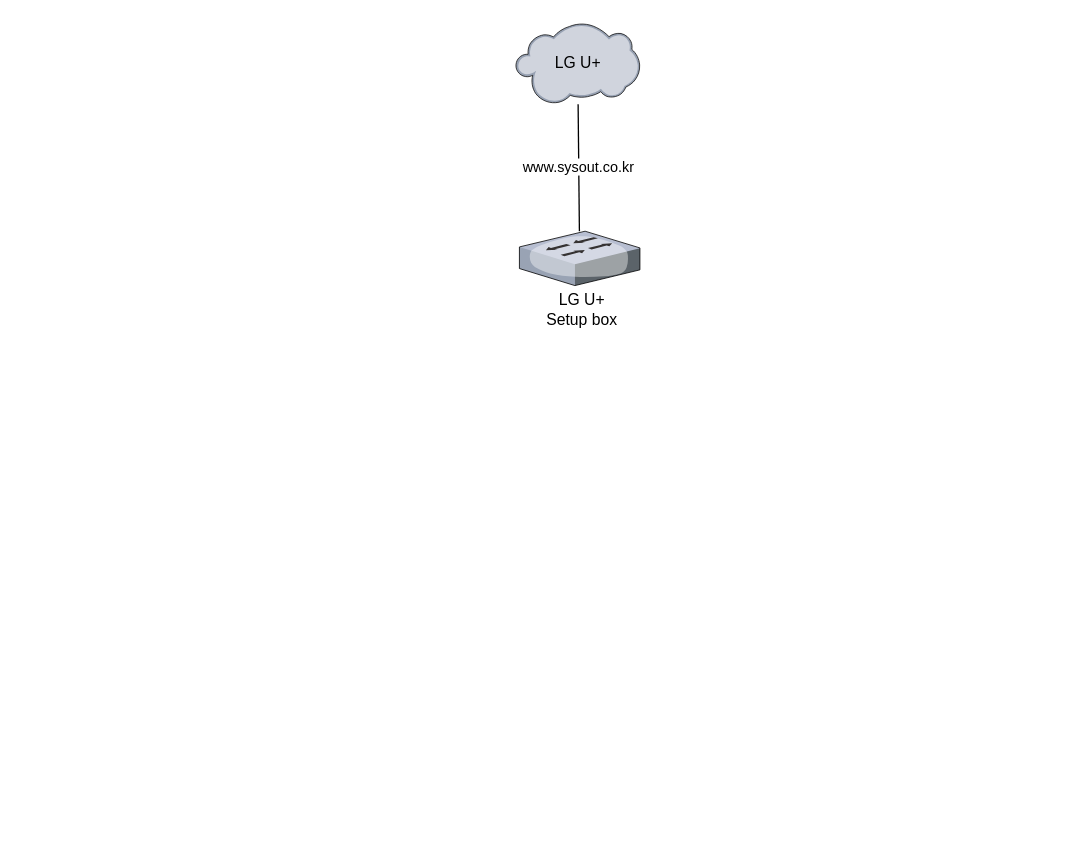
Before: server-architecture.drawio in hiphop5782/hiphop5782, a draw.io diagram. Source tidied: cells renumbered, new cells numbered last; positions are measured from the earlier drawing's top-left corner, leaving out a move shared by most shapes. Both pictures are drawn from the tidied source at 131%, with x=0, y=0 at pixel (515, 22).
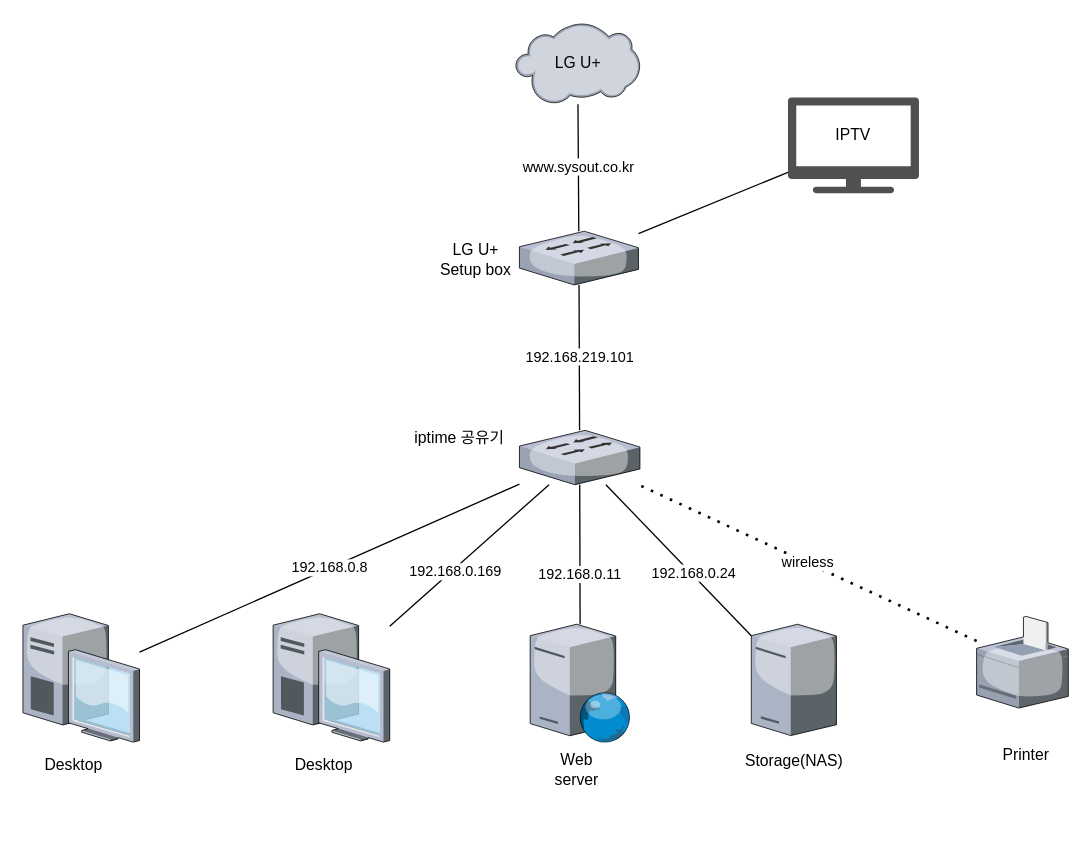
Above is the later version.

Change to the diagram source:
```diff
@@
-    <mxCell id="3" style="group;" parent="1" vertex="1">
-      <mxGeometry x="3" y="159" width="92" height="74.5" as="geometry" />
-    </mxCell>
-    <mxCell id="4" value="LG U+ Setup box" style="text;html=1;strokeColor=none;fillColor=none;align=center;verticalAlign=middle;whiteSpace=wrap;rounded=0;" parent="3" vertex="1">
-      <mxGeometry x="18" y="44.5" width="60" height="30" as="geometry" />
-    </mxCell>
-    <mxCell id="5" style="verticalLabelPosition=bottom;sketch=0;html=1;verticalAlign=top;strokeColor=none;align=center;outlineConnect=0;shape=mxgraph.citrix.switch;" parent="3" vertex="1">
-      <mxGeometry width="92" height="41.5" as="geometry" />
-    </mxCell>
@@
+    <mxCell id="9" value="192.168.219.101" style="endArrow=none;html=1;rounded=0;" parent="1" edge="1" source="27" target="5">
+      <mxGeometry relative="1" as="geometry" />
+    </mxCell>
+    <mxCell id="10" style="group;" parent="1" vertex="1">
+      <mxGeometry x="208" y="57" width="100" height="73" as="geometry" />
+    </mxCell>
+    <mxCell id="11" style="sketch=0;shadow=0;dashed=0;html=1;strokeColor=none;fillColor=#505050;labelPosition=center;verticalLabelPosition=bottom;verticalAlign=top;outlineConnect=0;align=center;shape=mxgraph.office.devices.tv;" parent="10" vertex="1">
+      <mxGeometry width="100" height="73" as="geometry" />
+    </mxCell>
+    <mxCell id="12" value="IPTV" style="text;html=1;strokeColor=none;fillColor=none;align=center;verticalAlign=middle;whiteSpace=wrap;rounded=0;" parent="10" vertex="1">
+      <mxGeometry x="20" y="14" width="60" height="30" as="geometry" />
+    </mxCell>
+    <mxCell id="13" style="endArrow=none;html=1;rounded=0;" parent="1" edge="1" source="5" target="11">
+      <mxGeometry relative="1" as="geometry" />
+    </mxCell>
+    <mxCell id="14" value="192.168.0.11" style="endArrow=none;html=1;rounded=0;" parent="1" edge="1" source="18" target="27">
+      <mxGeometry x="-0.29" relative="1" as="geometry" />
+    </mxCell>
+    <mxCell id="15" style="verticalLabelPosition=bottom;sketch=0;html=1;verticalAlign=top;strokeColor=none;align=center;outlineConnect=0;shape=mxgraph.citrix.desktop;" parent="1" vertex="1">
+      <mxGeometry x="-185" y="451" width="89" height="98" as="geometry" />
+    </mxCell>
+    <mxCell id="16" style="group;" parent="1" vertex="1">
+      <mxGeometry x="11.2" y="459" width="76.5" height="156" as="geometry" />
+    </mxCell>
+    <mxCell id="17" value="Web&lt;br&gt;server" style="text;html=1;strokeColor=none;fillColor=none;align=center;verticalAlign=middle;whiteSpace=wrap;rounded=0;" parent="16" vertex="1">
+      <mxGeometry x="5.8" y="96" width="60" height="30" as="geometry" />
+    </mxCell>
+    <mxCell id="18" style="verticalLabelPosition=bottom;sketch=0;html=1;verticalAlign=top;strokeColor=none;align=center;outlineConnect=0;shape=mxgraph.citrix.web_server;" parent="16" vertex="1">
+      <mxGeometry width="76.5" height="90" as="geometry" />
+    </mxCell>
+    <mxCell id="19" value="Desktop" style="text;html=1;strokeColor=none;fillColor=none;align=center;verticalAlign=middle;whiteSpace=wrap;rounded=0;" parent="1" vertex="1">
+      <mxGeometry x="-176" y="552" width="60" height="30" as="geometry" />
+    </mxCell>
+    <mxCell id="20" style="verticalLabelPosition=bottom;sketch=0;html=1;verticalAlign=top;strokeColor=none;align=center;outlineConnect=0;shape=mxgraph.citrix.desktop;" parent="1" vertex="1">
+      <mxGeometry x="-376" y="451" width="89" height="98" as="geometry" />
+    </mxCell>
+    <mxCell id="21" value="Desktop" style="text;html=1;strokeColor=none;fillColor=none;align=center;verticalAlign=middle;whiteSpace=wrap;rounded=0;" parent="1" vertex="1">
+      <mxGeometry x="-367" y="552" width="60" height="30" as="geometry" />
+    </mxCell>
+    <mxCell id="22" style="verticalLabelPosition=bottom;sketch=0;html=1;verticalAlign=top;strokeColor=none;align=center;outlineConnect=0;shape=mxgraph.citrix.tower_server;" parent="1" vertex="1">
+      <mxGeometry x="180" y="459" width="65" height="85" as="geometry" />
+    </mxCell>
+    <mxCell id="23" value="Storage(NAS)" style="text;html=1;strokeColor=none;fillColor=none;align=center;verticalAlign=middle;whiteSpace=wrap;rounded=0;" parent="1" vertex="1">
+      <mxGeometry x="182.5" y="549" width="60" height="30" as="geometry" />
+    </mxCell>
+    <mxCell id="24" value="192.168.0.169" style="endArrow=none;html=1;rounded=0;" parent="1" edge="1" source="15" target="27">
+      <mxGeometry x="-0.2" y="-2" relative="1" as="geometry" />
+    </mxCell>
+    <mxCell id="25" value="192.168.0.8" style="endArrow=none;html=1;rounded=0;" parent="1" edge="1" source="20" target="27">
+      <mxGeometry relative="1" as="geometry" />
+    </mxCell>
+    <mxCell id="26" style="group;" parent="1" vertex="1">
+      <mxGeometry x="3" y="311" width="92" height="74.5" as="geometry" />
+    </mxCell>
+    <mxCell id="27" style="verticalLabelPosition=bottom;sketch=0;html=1;verticalAlign=top;strokeColor=none;align=center;outlineConnect=0;shape=mxgraph.citrix.switch;" parent="26" vertex="1">
+      <mxGeometry width="92" height="41.5" as="geometry" />
+    </mxCell>
+    <mxCell id="28" value="192.168.0.24" style="endArrow=none;html=1;rounded=0;" parent="1" edge="1" source="22" target="27">
+      <mxGeometry x="-0.19" y="-1" relative="1" as="geometry" />
+    </mxCell>
+    <mxCell id="29" style="verticalLabelPosition=bottom;sketch=0;html=1;verticalAlign=top;strokeColor=none;align=center;outlineConnect=0;shape=mxgraph.citrix.printer;" parent="1" vertex="1">
+      <mxGeometry x="352" y="453" width="70" height="70" as="geometry" />
+    </mxCell>
+    <mxCell id="30" value="wireless" style="endArrow=none;dashed=1;html=1;dashPattern=1 3;strokeWidth=2;rounded=0;" parent="1" edge="1" source="29" target="27">
+      <mxGeometry relative="1" as="geometry" />
+    </mxCell>
+    <mxCell id="31" value="Printer" style="text;html=1;strokeColor=none;fillColor=none;align=center;verticalAlign=middle;whiteSpace=wrap;rounded=0;" parent="1" vertex="1">
+      <mxGeometry x="360" y="544" width="60" height="30" as="geometry" />
+    </mxCell>
+    <mxCell id="32" value="iptime&amp;nbsp;공유기" style="text;html=1;strokeColor=none;fillColor=none;align=center;verticalAlign=middle;whiteSpace=wrap;rounded=0;" parent="1" vertex="1">
+      <mxGeometry x="-82" y="302" width="79" height="30" as="geometry" />
+    </mxCell>
+    <mxCell id="3" style="group;" parent="1" vertex="1">
+      <mxGeometry x="3" y="159" width="92" height="79" as="geometry" />
+    </mxCell>
+    <mxCell id="5" style="verticalLabelPosition=bottom;sketch=0;html=1;verticalAlign=top;strokeColor=none;align=center;outlineConnect=0;shape=mxgraph.citrix.switch;" parent="3" vertex="1">
+      <mxGeometry width="90.9" height="41" as="geometry" />
+    </mxCell>
+    <mxCell id="4" value="LG U+ Setup box" style="text;html=1;strokeColor=none;fillColor=none;align=center;verticalAlign=middle;whiteSpace=wrap;rounded=0;" parent="1" vertex="1">
+      <mxGeometry x="-60" y="165.1" width="60" height="31.8" as="geometry" />
+    </mxCell>
```
